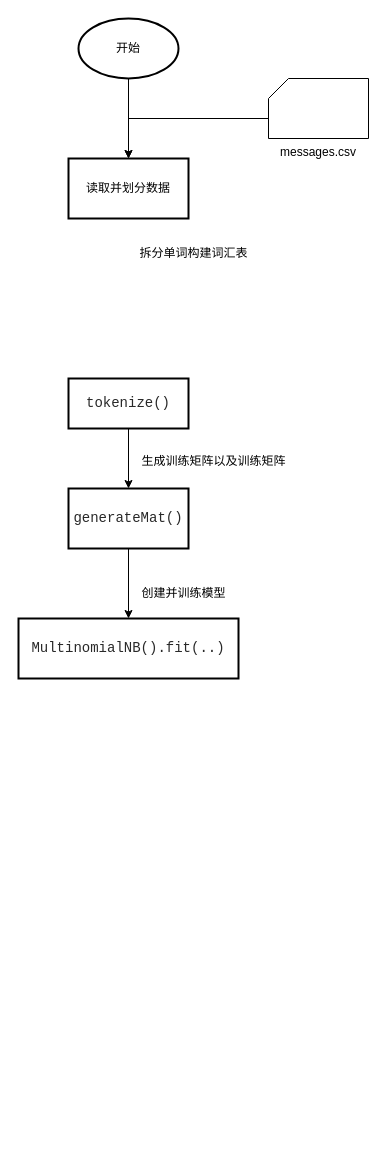
Earlier version of the draw.io diagram experiment_06.drawio (why147147/drawio-public). Source tidied: cells renumbered, new cells numbered last; positions are measured from the earlier drawing's top-left corner, leaving out a move shared by most shapes. Both pictures are drawn from the tidied source at 100%, with x=0, y=0 at pixel (18, 18).
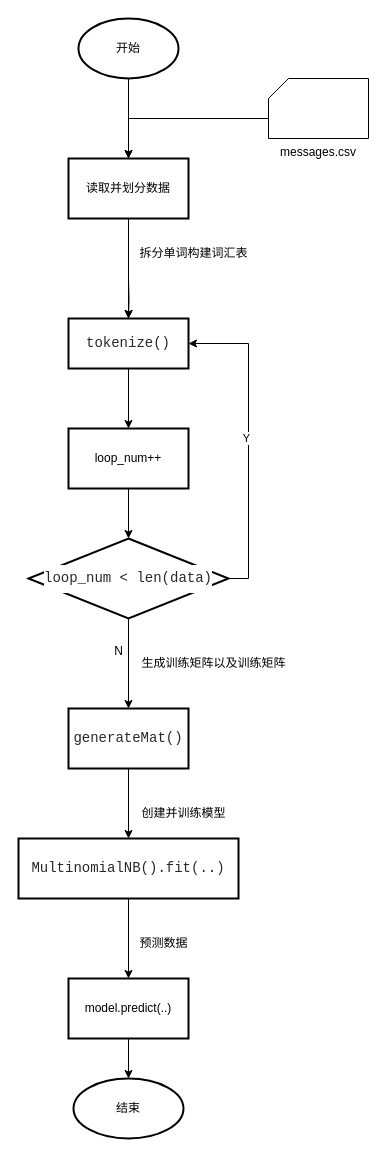
Above is the later version.

The change refers to these unchanged cells:
```xml
<mxCell id="6" value="读取并划分数据" style="whiteSpace=wrap;html=1;strokeWidth=2;" parent="1" vertex="1">
  <mxGeometry x="50" y="140" width="120" height="60" as="geometry" />
</mxCell>
```

The edit, as a diff of the source:
```diff
@@
+    <mxCell id="15" style="edgeStyle=orthogonalEdgeStyle;rounded=0;jettySize=auto;html=1;exitX=0.5;exitY=1;exitDx=0;exitDy=0;entryX=0.5;entryY=0;entryDx=0;entryDy=0;" parent="1" edge="1" source="6" target="8">
+      <mxGeometry relative="1" as="geometry" />
+    </mxCell>
@@
-    <mxCell id="7" style="edgeStyle=orthogonalEdgeStyle;rounded=0;jettySize=auto;html=1;" parent="1" edge="1" source="8" target="11">
-      <mxGeometry relative="1" as="geometry" />
-    </mxCell>
+    <mxCell id="16" style="edgeStyle=orthogonalEdgeStyle;rounded=0;jettySize=auto;html=1;" parent="1" edge="1" source="8" target="20">
+      <mxGeometry relative="1" as="geometry" />
+    </mxCell>
     <mxCell id="8" value="&lt;div style=&quot;color: rgb(41, 41, 41); background-color: rgb(255, 255, 255); font-family: Consolas, &amp;quot;Courier New&amp;quot;, monospace; line-height: 27px;&quot;&gt;&lt;font style=&quot;font-size: 14px;&quot;&gt;tokenize()&lt;/font&gt;&lt;/div&gt;" style="whiteSpace=wrap;html=1;strokeWidth=2;" parent="1" vertex="1">
-      <mxGeometry x="50" y="360" width="120" height="50" as="geometry" />
+      <mxGeometry x="50" y="300" width="120" height="50" as="geometry" />
     </mxCell>
@@
     <mxCell id="11" value="&lt;div style=&quot;color: rgb(41, 41, 41); background-color: rgb(255, 255, 255); font-family: Consolas, &amp;quot;Courier New&amp;quot;, monospace; line-height: 27px;&quot;&gt;&lt;font style=&quot;font-size: 14px;&quot;&gt;generateMat()&lt;/font&gt;&lt;/div&gt;" style="whiteSpace=wrap;html=1;strokeWidth=2;" parent="1" vertex="1">
-      <mxGeometry x="50" y="470" width="120" height="60" as="geometry" />
+      <mxGeometry x="50" y="690" width="120" height="60" as="geometry" />
     </mxCell>
     <mxCell id="12" value="生成训练矩阵以及训练矩阵" style="text;html=1;align=center;verticalAlign=middle;strokeColor=none;fillColor=none;" parent="1" vertex="1">
-      <mxGeometry x="110" y="428" width="170" height="30" as="geometry" />
+      <mxGeometry x="110" y="630" width="170" height="30" as="geometry" />
     </mxCell>
+    <mxCell id="17" style="edgeStyle=orthogonalEdgeStyle;rounded=0;jettySize=auto;html=1;" parent="1" edge="1" source="13" target="27">
+      <mxGeometry relative="1" as="geometry" />
+    </mxCell>
     <mxCell id="13" value="&lt;div style=&quot;color: rgb(41, 41, 41); background-color: rgb(255, 255, 255); font-family: Consolas, &amp;quot;Courier New&amp;quot;, monospace; line-height: 27px;&quot;&gt;&lt;font style=&quot;font-size: 14px;&quot;&gt;MultinomialNB().fit(..)&lt;/font&gt;&lt;/div&gt;" style="whiteSpace=wrap;html=1;strokeWidth=2;" parent="1" vertex="1">
-      <mxGeometry y="600" width="220" height="60" as="geometry" />
+      <mxGeometry y="820" width="220" height="60" as="geometry" />
     </mxCell>
     <mxCell id="14" value="创建并训练模型" style="text;html=1;align=center;verticalAlign=middle;strokeColor=none;fillColor=none;" parent="1" vertex="1">
-      <mxGeometry x="110" y="560" width="110" height="30" as="geometry" />
+      <mxGeometry x="110" y="780" width="110" height="30" as="geometry" />
     </mxCell>
+    <mxCell id="18" style="edgeStyle=orthogonalEdgeStyle;rounded=0;jettySize=auto;html=1;exitX=0.5;exitY=1;exitDx=0;exitDy=0;exitPerimeter=0;entryX=0.5;entryY=0;entryDx=0;entryDy=0;" parent="1" edge="1" target="8">
+      <mxGeometry relative="1" as="geometry">
+        <mxPoint x="110" y="260" as="sourcePoint" />
+      </mxGeometry>
+    </mxCell>
+    <mxCell id="19" style="edgeStyle=orthogonalEdgeStyle;rounded=0;jettySize=auto;html=1;exitX=0.5;exitY=1;exitDx=0;exitDy=0;entryX=0.5;entryY=0;entryDx=0;entryDy=0;entryPerimeter=0;" parent="1" edge="1" source="20" target="24">
+      <mxGeometry relative="1" as="geometry" />
+    </mxCell>
+    <mxCell id="20" value="loop_num++" style="whiteSpace=wrap;html=1;strokeWidth=2;" parent="1" vertex="1">
+      <mxGeometry x="50" y="410" width="120" height="60" as="geometry" />
+    </mxCell>
+    <mxCell id="21" style="edgeStyle=orthogonalEdgeStyle;rounded=0;jettySize=auto;html=1;exitX=1;exitY=0.5;exitDx=0;exitDy=0;exitPerimeter=0;entryX=1;entryY=0.5;entryDx=0;entryDy=0;" parent="1" edge="1" source="24" target="8">
+      <mxGeometry relative="1" as="geometry" />
+    </mxCell>
+    <mxCell id="22" value="Y" style="edgeLabel;html=1;align=center;verticalAlign=middle;" parent="21" vertex="1">
+      <mxGeometry x="0.02" y="3" relative="1" as="geometry" />
+    </mxCell>
+    <mxCell id="23" style="edgeStyle=orthogonalEdgeStyle;rounded=0;jettySize=auto;html=1;exitX=0.5;exitY=1;exitDx=0;exitDy=0;exitPerimeter=0;entryX=0.5;entryY=0;entryDx=0;entryDy=0;" parent="1" edge="1" source="24" target="11">
+      <mxGeometry relative="1" as="geometry" />
+    </mxCell>
+    <mxCell id="24" value="&lt;div style=&quot;color: rgb(41, 41, 41); background-color: rgb(255, 255, 255); font-family: Consolas, &amp;quot;Courier New&amp;quot;, monospace; line-height: 27px;&quot;&gt;&lt;div style=&quot;line-height: 27px;&quot;&gt;&lt;font style=&quot;font-size: 14px;&quot;&gt;loop_num &amp;lt; len(data)&lt;/font&gt;&lt;/div&gt;&lt;/div&gt;" style="strokeWidth=2;html=1;shape=mxgraph.flowchart.decision;whiteSpace=wrap;" parent="1" vertex="1">
+      <mxGeometry x="10" y="520" width="200" height="80" as="geometry" />
+    </mxCell>
+    <mxCell id="25" value="N" style="text;html=1;align=center;verticalAlign=middle;strokeColor=none;fillColor=none;" parent="1" vertex="1">
+      <mxGeometry x="85" y="618" width="30" height="30" as="geometry" />
+    </mxCell>
+    <mxCell id="26" style="edgeStyle=orthogonalEdgeStyle;rounded=0;jettySize=auto;html=1;" parent="1" edge="1" source="27" target="29">
+      <mxGeometry relative="1" as="geometry" />
+    </mxCell>
+    <mxCell id="27" value="model.predict(..)" style="whiteSpace=wrap;html=1;strokeWidth=2;" parent="1" vertex="1">
+      <mxGeometry x="50" y="960" width="120" height="60" as="geometry" />
+    </mxCell>
+    <mxCell id="28" value="预测数据" style="text;html=1;align=center;verticalAlign=middle;strokeColor=none;fillColor=none;" parent="1" vertex="1">
+      <mxGeometry x="110" y="910" width="70" height="30" as="geometry" />
+    </mxCell>
+    <mxCell id="29" value="结束" style="ellipse;whiteSpace=wrap;html=1;strokeWidth=2;" parent="1" vertex="1">
+      <mxGeometry x="55" y="1060" width="110" height="60" as="geometry" />
+    </mxCell>
```
